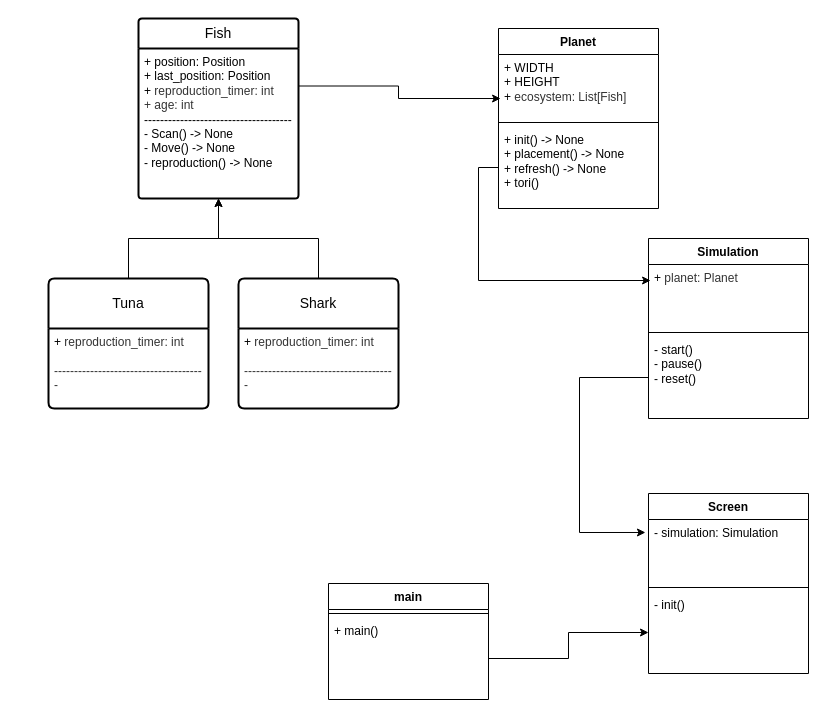
Before: datas/Diagramme sans nom.drawio in shini559/Wa-Tor, a draw.io diagram. Source tidied: cells renumbered, new cells numbered last; positions are measured from the earlier drawing's top-left corner, leaving out a move shared by most shapes. Both pictures are drawn from the tidied source at 100%, with x=0, y=0 at pixel (48, 18).
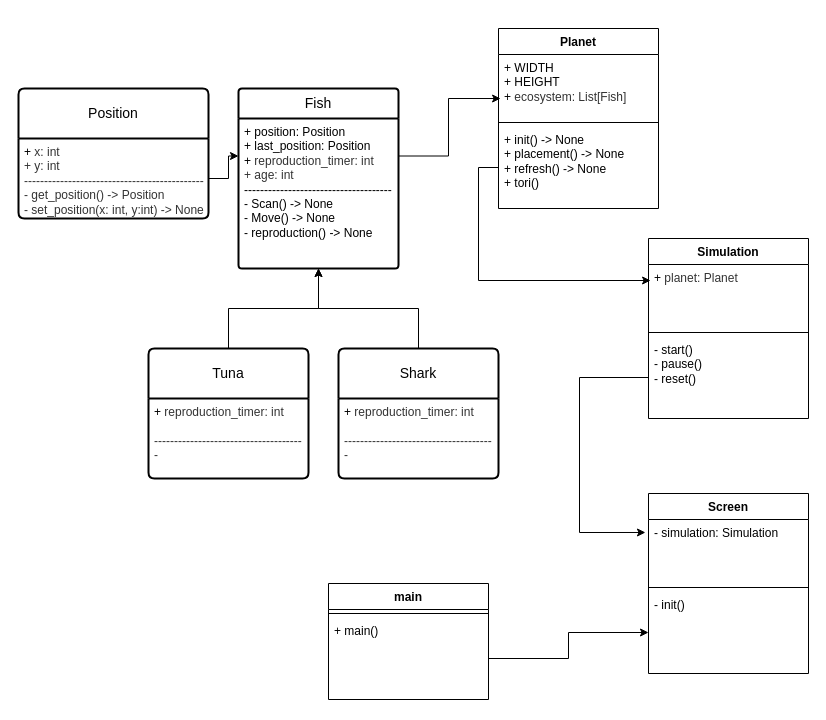
The same diagram, later.

Unchanged cells that the change refers to:
```xml
<mxCell id="3" value="+ position: Position&lt;br&gt;+ last_position: Position&lt;div&gt;+&amp;nbsp;&lt;span style=&quot;background-color: rgb(255, 255, 255); color: rgb(51, 51, 51);&quot;&gt;&lt;font face=&quot;Helvetica&quot;&gt;reproduction_timer: int&lt;/font&gt;&lt;/span&gt;&lt;/div&gt;&lt;div&gt;&lt;font color=&quot;#333333&quot;&gt;+ age: int&lt;br&gt;&lt;/font&gt;&lt;div&gt;-------------------------------------&lt;/div&gt;&lt;div&gt;- Scan() -&amp;gt; None&lt;/div&gt;&lt;div&gt;- Move()&lt;span style=&quot;background-color: transparent; color: light-dark(rgb(0, 0, 0), rgb(255, 255, 255));&quot;&gt;&amp;nbsp;&lt;/span&gt;&lt;span style=&quot;background-color: transparent; color: light-dark(rgb(0, 0, 0), rgb(255, 255, 255));&quot;&gt;-&amp;gt; None&lt;/span&gt;&lt;/div&gt;&lt;div&gt;- reproduction()&lt;span style=&quot;background-color: transparent; color: light-dark(rgb(0, 0, 0), rgb(255, 255, 255));&quot;&gt;&amp;nbsp;&lt;/span&gt;&lt;span style=&quot;background-color: transparent; color: light-dark(rgb(0, 0, 0), rgb(255, 255, 255));&quot;&gt;-&amp;gt; None&lt;/span&gt;&lt;/div&gt;&lt;/div&gt;" style="align=left;strokeColor=none;fillColor=none;spacingLeft=4;spacingRight=4;fontSize=12;verticalAlign=top;html=1;whiteSpace=wrap;" parent="2" vertex="1">
  <mxGeometry y="30" width="160" height="150" as="geometry" />
</mxCell>
```

Change to the diagram source:
```diff
@@
     <mxCell id="2" value="Fish" style="swimlane;horizontal=1;startSize=30;rounded=1;fontSize=14;fontStyle=0;strokeWidth=2;shadow=0;dashed=0;align=center;arcSize=4;whiteSpace=wrap;html=1;" parent="1" vertex="1">
-      <mxGeometry x="90" width="160" height="180" as="geometry" />
+      <mxGeometry x="190" y="70" width="160" height="180" as="geometry" />
     </mxCell>
@@
     <mxCell id="5" value="Tuna" style="swimlane;horizontal=1;startSize=50;rounded=1;fontSize=14;fontStyle=0;strokeWidth=2;shadow=0;dashed=0;align=center;arcSize=4;whiteSpace=wrap;html=1;" parent="1" vertex="1">
-      <mxGeometry y="260" width="160" height="130" as="geometry" />
+      <mxGeometry x="100" y="330" width="160" height="130" as="geometry" />
     </mxCell>
@@
     <mxCell id="8" value="Shark" style="swimlane;horizontal=1;startSize=50;rounded=1;fontSize=14;fontStyle=0;strokeWidth=2;shadow=0;dashed=0;align=center;arcSize=4;whiteSpace=wrap;html=1;" parent="1" vertex="1">
-      <mxGeometry x="190" y="260" width="160" height="130" as="geometry" />
+      <mxGeometry x="290" y="330" width="160" height="130" as="geometry" />
     </mxCell>
@@
+    <mxCell id="29" value="Position" style="swimlane;horizontal=1;startSize=50;rounded=1;fontSize=14;fontStyle=0;strokeWidth=2;shadow=0;dashed=0;align=center;arcSize=4;whiteSpace=wrap;html=1;" parent="1" vertex="1">
+      <mxGeometry x="-30" y="70" width="190" height="130" as="geometry" />
+    </mxCell>
+    <mxCell id="30" value="+&amp;nbsp;&lt;span style=&quot;background-color: rgb(255, 255, 255); color: rgb(51, 51, 51);&quot;&gt;&lt;font face=&quot;Helvetica&quot;&gt;x: int&lt;/font&gt;&lt;/span&gt;&lt;div&gt;&lt;font color=&quot;#333333&quot;&gt;+ y: int&lt;/font&gt;&lt;div&gt;&lt;span style=&quot;background-color: rgb(255, 255, 255); color: rgb(51, 51, 51);&quot;&gt;&lt;font face=&quot;Helvetica&quot;&gt;---------------------------------------------&lt;/font&gt;&lt;/span&gt;&lt;/div&gt;&lt;div&gt;&lt;span style=&quot;background-color: rgb(255, 255, 255); color: rgb(51, 51, 51);&quot;&gt;&lt;font face=&quot;Helvetica&quot;&gt;- get_position() -&amp;gt; Position&lt;/font&gt;&lt;/span&gt;&lt;/div&gt;&lt;div&gt;&lt;span style=&quot;background-color: rgb(255, 255, 255); color: rgb(51, 51, 51);&quot;&gt;&lt;font face=&quot;Helvetica&quot;&gt;- set_position(x: int, y:int) -&amp;gt; None&lt;/font&gt;&lt;/span&gt;&lt;/div&gt;&lt;div&gt;&lt;span style=&quot;background-color: rgb(255, 255, 255); color: rgb(51, 51, 51);&quot;&gt;&lt;font face=&quot;Helvetica&quot;&gt;&lt;br&gt;&lt;/font&gt;&lt;/span&gt;&lt;/div&gt;&lt;/div&gt;" style="align=left;strokeColor=none;fillColor=none;spacingLeft=4;spacingRight=4;fontSize=12;verticalAlign=top;html=1;whiteSpace=wrap;" parent="29" vertex="1">
+      <mxGeometry y="50" width="190" height="80" as="geometry" />
+    </mxCell>
+    <mxCell id="31" style="edgeStyle=orthogonalEdgeStyle;rounded=0;jettySize=auto;html=1;entryX=0;entryY=0.25;entryDx=0;entryDy=0;" parent="1" edge="1" source="30" target="3">
+      <mxGeometry relative="1" as="geometry" />
+    </mxCell>
```
